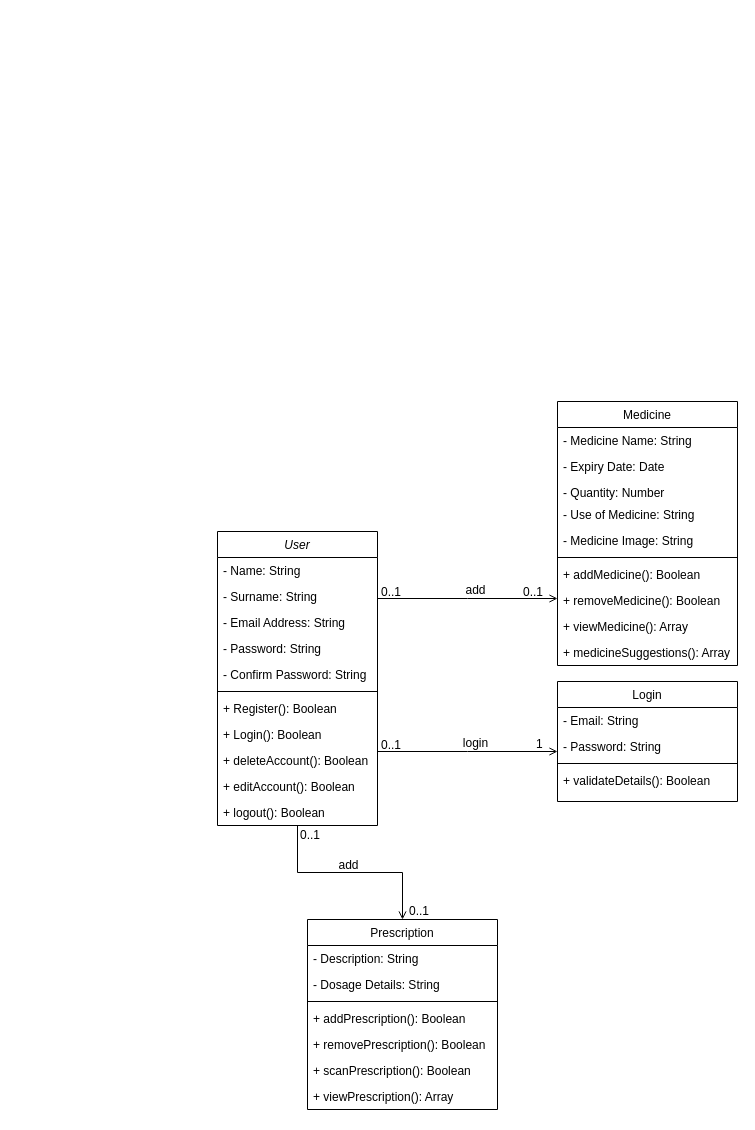
Earlier version of the draw.io diagram Class_Diagram.drawio (SJPatel123/CP-III). Source tidied: cells renumbered, new cells numbered last; positions are measured from the earlier drawing's top-left corner, leaving out a move shared by most shapes. Both pictures are drawn from the tidied source at 100%, with x=0, y=0 at pixel (217, 401).
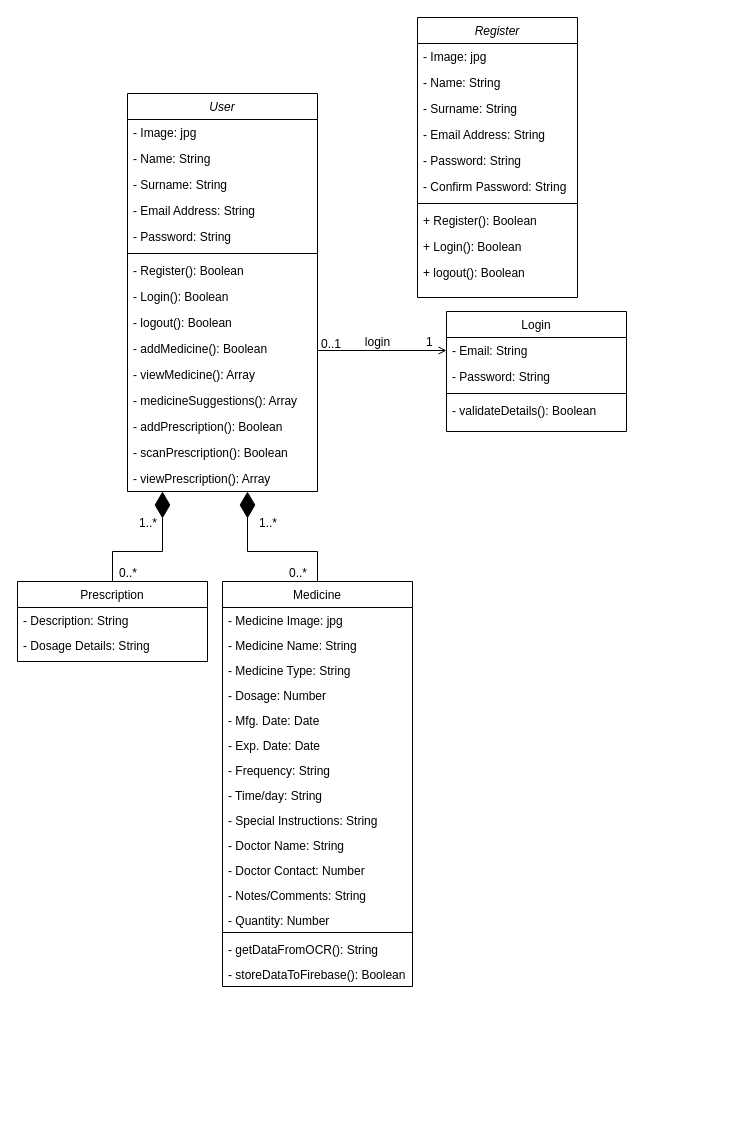
Above is the later version.

Unchanged cells that the change refers to:
```xml
<mxCell id="46" value="- Email: String" style="text;align=left;verticalAlign=top;spacingLeft=4;spacingRight=4;overflow=hidden;points=[[0,0.5],[1,0.5]];portConstraint=eastwest;rounded=0;shadow=0;html=0;" parent="45" vertex="1">
  <mxGeometry y="26" width="180" height="26" as="geometry" />
</mxCell>
```

Diff of the diagram source:
```diff
@@
     <mxCell id="2" value="User" style="swimlane;fontStyle=2;align=center;verticalAlign=top;horizontal=1;startSize=26;rounded=0;shadow=0;strokeWidth=1;" parent="1" vertex="1">
-      <mxGeometry y="130" width="160" height="294" as="geometry" />
+      <mxGeometry x="-90" y="-308" width="190" height="398" as="geometry" />
     </mxCell>
-    <mxCell id="3" value="- Name: String" style="text;align=left;verticalAlign=top;spacingLeft=4;spacingRight=4;overflow=hidden;" parent="2" vertex="1">
-      <mxGeometry y="26" width="160" height="26" as="geometry" />
+    <mxCell id="3" value="- Image: jpg" style="text;align=left;verticalAlign=top;spacingLeft=4;spacingRight=4;overflow=hidden;" parent="2" vertex="1">
+      <mxGeometry y="26" width="190" height="26" as="geometry" />
     </mxCell>
+    <mxCell id="50" value="- Name: String" style="text;align=left;verticalAlign=top;spacingLeft=4;spacingRight=4;overflow=hidden;" parent="2" vertex="1">
+      <mxGeometry y="52" width="190" height="26" as="geometry" />
+    </mxCell>
     <mxCell id="4" value="- Surname: String" style="text;align=left;verticalAlign=top;spacingLeft=4;spacingRight=4;overflow=hidden;rounded=0;shadow=0;html=0;" parent="2" vertex="1">
-      <mxGeometry y="52" width="160" height="26" as="geometry" />
+      <mxGeometry y="78" width="190" height="26" as="geometry" />
     </mxCell>
     <mxCell id="5" value="- Email Address: String" style="text;align=left;verticalAlign=top;spacingLeft=4;spacingRight=4;overflow=hidden;rounded=0;shadow=0;html=0;" parent="2" vertex="1">
-      <mxGeometry y="78" width="160" height="26" as="geometry" />
+      <mxGeometry y="104" width="190" height="26" as="geometry" />
     </mxCell>
     <mxCell id="6" value="- Password: String" style="text;align=left;verticalAlign=top;spacingLeft=4;spacingRight=4;overflow=hidden;rounded=0;shadow=0;html=0;" parent="2" vertex="1">
-      <mxGeometry y="104" width="160" height="26" as="geometry" />
+      <mxGeometry y="130" width="190" height="26" as="geometry" />
     </mxCell>
-    <mxCell id="7" value="- Confirm Password: String" style="text;align=left;verticalAlign=top;spacingLeft=4;spacingRight=4;overflow=hidden;rounded=0;shadow=0;html=0;" parent="2" vertex="1">
-      <mxGeometry y="130" width="160" height="26" as="geometry" />
-    </mxCell>
     <mxCell id="8" style="line;html=1;strokeWidth=1;align=left;verticalAlign=middle;spacingTop=-1;spacingLeft=3;spacingRight=3;labelPosition=right;" parent="2" vertex="1">
-      <mxGeometry y="156" width="160" height="8" as="geometry" />
+      <mxGeometry y="156" width="190" height="8" as="geometry" />
     </mxCell>
-    <mxCell id="9" value="+ Register(): Boolean" style="text;align=left;verticalAlign=top;spacingLeft=4;spacingRight=4;overflow=hidden;" parent="2" vertex="1">
-      <mxGeometry y="164" width="160" height="26" as="geometry" />
+    <mxCell id="9" value="- Register(): Boolean" style="text;align=left;verticalAlign=top;spacingLeft=4;spacingRight=4;overflow=hidden;" parent="2" vertex="1">
+      <mxGeometry y="164" width="190" height="26" as="geometry" />
     </mxCell>
-    <mxCell id="10" value="+ Login(): Boolean" style="text;align=left;verticalAlign=top;spacingLeft=4;spacingRight=4;overflow=hidden;" parent="2" vertex="1">
-      <mxGeometry y="190" width="160" height="26" as="geometry" />
+    <mxCell id="10" value="- Login(): Boolean" style="text;align=left;verticalAlign=top;spacingLeft=4;spacingRight=4;overflow=hidden;" parent="2" vertex="1">
+      <mxGeometry y="190" width="190" height="26" as="geometry" />
     </mxCell>
-    <mxCell id="11" value="+ deleteAccount(): Boolean" style="text;align=left;verticalAlign=top;spacingLeft=4;spacingRight=4;overflow=hidden;" parent="2" vertex="1">
-      <mxGeometry y="216" width="160" height="26" as="geometry" />
-    </mxCell>
-    <mxCell id="12" value="+ editAccount(): Boolean" style="text;align=left;verticalAlign=top;spacingLeft=4;spacingRight=4;overflow=hidden;" parent="2" vertex="1">
-      <mxGeometry y="242" width="160" height="26" as="geometry" />
-    </mxCell>
-    <mxCell id="13" value="+ logout(): Boolean" style="text;align=left;verticalAlign=top;spacingLeft=4;spacingRight=4;overflow=hidden;" parent="2" vertex="1">
-      <mxGeometry y="268" width="160" height="26" as="geometry" />
+    <mxCell id="13" value="- logout(): Boolean" style="text;align=left;verticalAlign=top;spacingLeft=4;spacingRight=4;overflow=hidden;" parent="2" vertex="1">
+      <mxGeometry y="216" width="190" height="26" as="geometry" />
     </mxCell>
+    <mxCell id="51" value="- addMedicine(): Boolean" style="text;align=left;verticalAlign=top;spacingLeft=4;spacingRight=4;overflow=hidden;" parent="2" vertex="1">
+      <mxGeometry y="242" width="190" height="26" as="geometry" />
+    </mxCell>
+    <mxCell id="52" value="- viewMedicine(): Array" style="text;align=left;verticalAlign=top;spacingLeft=4;spacingRight=4;overflow=hidden;" parent="2" vertex="1">
+      <mxGeometry y="268" width="190" height="26" as="geometry" />
+    </mxCell>
+    <mxCell id="53" value="- medicineSuggestions(): Array" style="text;align=left;verticalAlign=top;spacingLeft=4;spacingRight=4;overflow=hidden;" parent="2" vertex="1">
+      <mxGeometry y="294" width="190" height="26" as="geometry" />
+    </mxCell>
+    <mxCell id="54" value="- addPrescription(): Boolean" style="text;align=left;verticalAlign=top;spacingLeft=4;spacingRight=4;overflow=hidden;" parent="2" vertex="1">
+      <mxGeometry y="320" width="190" height="26" as="geometry" />
+    </mxCell>
+    <mxCell id="55" value="- scanPrescription(): Boolean" style="text;align=left;verticalAlign=top;spacingLeft=4;spacingRight=4;overflow=hidden;" parent="2" vertex="1">
+      <mxGeometry y="346" width="190" height="26" as="geometry" />
+    </mxCell>
+    <mxCell id="56" value="- viewPrescription(): Array" style="text;align=left;verticalAlign=top;spacingLeft=4;spacingRight=4;overflow=hidden;" parent="2" vertex="1">
+      <mxGeometry y="372" width="190" height="26" as="geometry" />
+    </mxCell>
     <mxCell id="14" value="Medicine" style="swimlane;fontStyle=0;align=center;verticalAlign=top;horizontal=1;startSize=26;rounded=0;shadow=0;strokeWidth=1;" parent="1" vertex="1">
-      <mxGeometry x="340" width="180" height="264" as="geometry" />
+      <mxGeometry x="5" y="180" width="190" height="405" as="geometry" />
     </mxCell>
-    <mxCell id="15" value="- Medicine Name: String" style="text;align=left;verticalAlign=top;spacingLeft=4;spacingRight=4;overflow=hidden;" parent="14" vertex="1">
-      <mxGeometry y="26" width="180" height="26" as="geometry" />
+    <mxCell id="15" value="- Medicine Image: jpg" style="text;align=left;verticalAlign=top;spacingLeft=4;spacingRight=4;overflow=hidden;" parent="14" vertex="1">
+      <mxGeometry y="26" width="190" height="25" as="geometry" />
     </mxCell>
+    <mxCell id="57" value="- Medicine Name: String" style="text;align=left;verticalAlign=top;spacingLeft=4;spacingRight=4;overflow=hidden;" parent="14" vertex="1">
+      <mxGeometry y="51" width="190" height="25" as="geometry" />
+    </mxCell>
+    <mxCell id="58" value="- Medicine Type: String" style="text;align=left;verticalAlign=top;spacingLeft=4;spacingRight=4;overflow=hidden;" parent="14" vertex="1">
+      <mxGeometry y="76" width="190" height="25" as="geometry" />
+    </mxCell>
+    <mxCell id="59" value="- Dosage: Number" style="text;align=left;verticalAlign=top;spacingLeft=4;spacingRight=4;overflow=hidden;" parent="14" vertex="1">
+      <mxGeometry y="101" width="190" height="25" as="geometry" />
+    </mxCell>
-    <mxCell id="16" value="- Expiry Date: Date" style="text;align=left;verticalAlign=top;spacingLeft=4;spacingRight=4;overflow=hidden;rounded=0;shadow=0;html=0;" parent="14" vertex="1">
-      <mxGeometry y="52" width="180" height="26" as="geometry" />
+    <mxCell id="16" value="- Mfg. Date: Date" style="text;align=left;verticalAlign=top;spacingLeft=4;spacingRight=4;overflow=hidden;rounded=0;shadow=0;html=0;" parent="14" vertex="1">
+      <mxGeometry y="126" width="190" height="25" as="geometry" />
     </mxCell>
+    <mxCell id="60" value="- Exp. Date: Date" style="text;align=left;verticalAlign=top;spacingLeft=4;spacingRight=4;overflow=hidden;rounded=0;shadow=0;html=0;" parent="14" vertex="1">
+      <mxGeometry y="151" width="190" height="25" as="geometry" />
+    </mxCell>
+    <mxCell id="61" value="- Frequency: String" style="text;align=left;verticalAlign=top;spacingLeft=4;spacingRight=4;overflow=hidden;rounded=0;shadow=0;html=0;" parent="14" vertex="1">
+      <mxGeometry y="176" width="190" height="25" as="geometry" />
+    </mxCell>
+    <mxCell id="62" value="- Time/day: String" style="text;align=left;verticalAlign=top;spacingLeft=4;spacingRight=4;overflow=hidden;rounded=0;shadow=0;html=0;" parent="14" vertex="1">
+      <mxGeometry y="201" width="190" height="25" as="geometry" />
+    </mxCell>
+    <mxCell id="63" value="- Special Instructions: String" style="text;align=left;verticalAlign=top;spacingLeft=4;spacingRight=4;overflow=hidden;rounded=0;shadow=0;html=0;" parent="14" vertex="1">
+      <mxGeometry y="226" width="190" height="25" as="geometry" />
+    </mxCell>
+    <mxCell id="64" value="- Doctor Name: String" style="text;align=left;verticalAlign=top;spacingLeft=4;spacingRight=4;overflow=hidden;rounded=0;shadow=0;html=0;" parent="14" vertex="1">
+      <mxGeometry y="251" width="190" height="25" as="geometry" />
+    </mxCell>
+    <mxCell id="65" value="- Doctor Contact: Number" style="text;align=left;verticalAlign=top;spacingLeft=4;spacingRight=4;overflow=hidden;rounded=0;shadow=0;html=0;" parent="14" vertex="1">
+      <mxGeometry y="276" width="190" height="25" as="geometry" />
+    </mxCell>
+    <mxCell id="66" value="- Notes/Comments: String" style="text;align=left;verticalAlign=top;spacingLeft=4;spacingRight=4;overflow=hidden;rounded=0;shadow=0;html=0;" parent="14" vertex="1">
+      <mxGeometry y="301" width="190" height="25" as="geometry" />
+    </mxCell>
     <mxCell id="17" value="- Quantity: Number" style="text;align=left;verticalAlign=top;spacingLeft=4;spacingRight=4;overflow=hidden;rounded=0;shadow=0;html=0;" parent="14" vertex="1">
-      <mxGeometry y="78" width="180" height="22" as="geometry" />
+      <mxGeometry y="326" width="190" height="21" as="geometry" />
     </mxCell>
-    <mxCell id="18" value="- Use of Medicine: String" style="text;align=left;verticalAlign=top;spacingLeft=4;spacingRight=4;overflow=hidden;rounded=0;shadow=0;html=0;" parent="14" vertex="1">
-      <mxGeometry y="100" width="180" height="26" as="geometry" />
-    </mxCell>
-    <mxCell id="19" value="- Medicine Image: String" style="text;align=left;verticalAlign=top;spacingLeft=4;spacingRight=4;overflow=hidden;rounded=0;shadow=0;html=0;" parent="14" vertex="1">
-      <mxGeometry y="126" width="180" height="26" as="geometry" />
-    </mxCell>
-    <mxCell id="20" style="line;html=1;strokeWidth=1;align=left;verticalAlign=middle;spacingTop=-1;spacingLeft=3;spacingRight=3;labelPosition=right;" parent="14" vertex="1">
-      <mxGeometry y="152" width="180" height="8" as="geometry" />
-    </mxCell>
-    <mxCell id="21" value="+ addMedicine(): Boolean" style="text;align=left;verticalAlign=top;spacingLeft=4;spacingRight=4;overflow=hidden;" parent="14" vertex="1">
-      <mxGeometry y="160" width="180" height="26" as="geometry" />
-    </mxCell>
-    <mxCell id="22" value="+ removeMedicine(): Boolean" style="text;align=left;verticalAlign=top;spacingLeft=4;spacingRight=4;overflow=hidden;" parent="14" vertex="1">
-      <mxGeometry y="186" width="180" height="26" as="geometry" />
-    </mxCell>
-    <mxCell id="23" value="+ viewMedicine(): Array" style="text;align=left;verticalAlign=top;spacingLeft=4;spacingRight=4;overflow=hidden;" parent="14" vertex="1">
-      <mxGeometry y="212" width="180" height="26" as="geometry" />
-    </mxCell>
-    <mxCell id="24" value="+ medicineSuggestions(): Array" style="text;align=left;verticalAlign=top;spacingLeft=4;spacingRight=4;overflow=hidden;" parent="14" vertex="1">
-      <mxGeometry y="238" width="180" height="26" as="geometry" />
-    </mxCell>
-    <mxCell id="25" style="endArrow=open;shadow=0;strokeWidth=1;rounded=0;endFill=1;edgeStyle=elbowEdgeStyle;elbow=vertical;" parent="1" edge="1" source="2" target="14">
-      <mxGeometry x="0.5" y="41" relative="1" as="geometry">
-        <mxPoint x="-40" y="32" as="offset" />
-      </mxGeometry>
-    </mxCell>
-    <mxCell id="26" value="0..1" style="align=left;verticalAlign=bottom;labelBackgroundColor=none;fontSize=12;" parent="25" vertex="1">
-      <mxGeometry x="-1" relative="1" as="geometry">
-        <mxPoint x="2" y="2" as="offset" />
-      </mxGeometry>
-    </mxCell>
-    <mxCell id="27" value="add" style="text;html=1;align=center;verticalAlign=middle;labelBackgroundColor=none;rounded=0;shadow=0;strokeWidth=1;fontSize=12;" parent="25" vertex="1">
-      <mxGeometry x="0.5" y="49" relative="1" as="geometry">
-        <mxPoint x="-38" y="40" as="offset" />
-      </mxGeometry>
-    </mxCell>
-    <mxCell id="28" value="0..1" style="align=left;verticalAlign=bottom;labelBackgroundColor=none;fontSize=12;" parent="1" vertex="1">
-      <mxGeometry x="304" y="199" as="geometry" />
-    </mxCell>
+    <mxCell id="67" style="line;html=1;strokeWidth=1;align=left;verticalAlign=middle;spacingTop=-1;spacingLeft=3;spacingRight=3;labelPosition=right;" parent="14" vertex="1">
+      <mxGeometry y="347" width="190" height="8" as="geometry" />
+    </mxCell>
+    <mxCell id="68" value="- getDataFromOCR(): String" style="text;align=left;verticalAlign=top;spacingLeft=4;spacingRight=4;overflow=hidden;rounded=0;shadow=0;html=0;" parent="14" vertex="1">
+      <mxGeometry y="355" width="190" height="25" as="geometry" />
+    </mxCell>
+    <mxCell id="69" value="- storeDataToFirebase(): Boolean" style="text;align=left;verticalAlign=top;spacingLeft=4;spacingRight=4;overflow=hidden;rounded=0;shadow=0;html=0;" parent="14" vertex="1">
+      <mxGeometry y="380" width="190" height="25" as="geometry" />
+    </mxCell>
     <mxCell id="29" value="Prescription" style="swimlane;fontStyle=0;align=center;verticalAlign=top;horizontal=1;startSize=26;rounded=0;shadow=0;strokeWidth=1;" parent="1" vertex="1">
-      <mxGeometry x="90" y="518" width="190" height="190" as="geometry" />
+      <mxGeometry x="-200" y="180" width="190" height="80" as="geometry" />
     </mxCell>
     <mxCell id="30" value="- Description: String" style="text;align=left;verticalAlign=top;spacingLeft=4;spacingRight=4;overflow=hidden;" parent="29" vertex="1">
-      <mxGeometry y="26" width="190" height="26" as="geometry" />
+      <mxGeometry y="26" width="190" height="25" as="geometry" />
     </mxCell>
     <mxCell id="31" value="- Dosage Details: String" style="text;align=left;verticalAlign=top;spacingLeft=4;spacingRight=4;overflow=hidden;rounded=0;shadow=0;html=0;" parent="29" vertex="1">
-      <mxGeometry y="52" width="190" height="26" as="geometry" />
+      <mxGeometry y="51" width="190" height="25" as="geometry" />
     </mxCell>
-    <mxCell id="32" style="line;html=1;strokeWidth=1;align=left;verticalAlign=middle;spacingTop=-1;spacingLeft=3;spacingRight=3;labelPosition=right;" parent="29" vertex="1">
-      <mxGeometry y="78" width="190" height="8" as="geometry" />
-    </mxCell>
-    <mxCell id="33" value="+ addPrescription(): Boolean" style="text;align=left;verticalAlign=top;spacingLeft=4;spacingRight=4;overflow=hidden;" parent="29" vertex="1">
-      <mxGeometry y="86" width="190" height="26" as="geometry" />
-    </mxCell>
-    <mxCell id="34" value="+ removePrescription(): Boolean" style="text;align=left;verticalAlign=top;spacingLeft=4;spacingRight=4;overflow=hidden;" parent="29" vertex="1">
-      <mxGeometry y="112" width="190" height="26" as="geometry" />
-    </mxCell>
-    <mxCell id="35" value="+ scanPrescription(): Boolean" style="text;align=left;verticalAlign=top;spacingLeft=4;spacingRight=4;overflow=hidden;" parent="29" vertex="1">
-      <mxGeometry y="138" width="190" height="26" as="geometry" />
-    </mxCell>
-    <mxCell id="36" value="+ viewPrescription(): Array" style="text;align=left;verticalAlign=top;spacingLeft=4;spacingRight=4;overflow=hidden;" parent="29" vertex="1">
-      <mxGeometry y="164" width="190" height="26" as="geometry" />
-    </mxCell>
-    <mxCell id="37" style="endArrow=open;shadow=0;strokeWidth=1;rounded=0;endFill=1;edgeStyle=elbowEdgeStyle;elbow=vertical;exitX=0.5;exitY=1.038;exitDx=0;exitDy=0;exitPerimeter=0;entryX=0.5;entryY=0;entryDx=0;entryDy=0;" parent="1" edge="1" target="29">
-      <mxGeometry x="0.5" y="41" relative="1" as="geometry">
-        <mxPoint x="80" y="424" as="sourcePoint" />
-        <mxPoint x="-40" y="32" as="offset" />
-      </mxGeometry>
-    </mxCell>
-    <mxCell id="38" value="0..1" style="align=left;verticalAlign=bottom;labelBackgroundColor=none;fontSize=12;" parent="1" vertex="1">
-      <mxGeometry x="81" y="442" as="geometry" />
+    <mxCell id="38" value="1..*" style="align=left;verticalAlign=bottom;labelBackgroundColor=none;fontSize=12;direction=south;" parent="1" vertex="1">
+      <mxGeometry x="40" y="130" as="geometry" />
     </mxCell>
-    <mxCell id="39" value="add" style="text;html=1;align=center;verticalAlign=middle;labelBackgroundColor=none;rounded=0;shadow=0;strokeWidth=1;fontSize=12;" parent="1" vertex="1">
-      <mxGeometry x="150" y="442" as="geometry">
-        <mxPoint x="-20" y="21" as="offset" />
-      </mxGeometry>
-    </mxCell>
-    <mxCell id="40" value="0..1" style="align=left;verticalAlign=bottom;labelBackgroundColor=none;fontSize=12;" parent="1" vertex="1">
-      <mxGeometry x="190" y="518" as="geometry" />
+    <mxCell id="40" value="0..*" style="align=left;verticalAlign=bottom;labelBackgroundColor=none;fontSize=12;" parent="1" vertex="1">
+      <mxGeometry x="-100" y="180" as="geometry" />
     </mxCell>
-    <mxCell id="41" style="endArrow=open;shadow=0;strokeWidth=1;rounded=0;endFill=1;edgeStyle=elbowEdgeStyle;elbow=vertical;" parent="1" edge="1">
+    <mxCell id="41" style="endArrow=open;shadow=0;strokeWidth=1;rounded=0;endFill=1;edgeStyle=elbowEdgeStyle;elbow=vertical;entryX=0;entryY=0.5;entryDx=0;entryDy=0;" parent="1" edge="1" target="46">
       <mxGeometry x="0.5" y="41" relative="1" as="geometry">
-        <mxPoint x="160" y="350" as="sourcePoint" />
-        <mxPoint x="340" y="350" as="targetPoint" />
+        <mxPoint x="100" y="-51" as="sourcePoint" />
         <mxPoint x="-40" y="32" as="offset" />
       </mxGeometry>
     </mxCell>
@@
     <mxCell id="44" value="1" style="align=left;verticalAlign=bottom;labelBackgroundColor=none;fontSize=12;" parent="1" vertex="1">
-      <mxGeometry x="317" y="351" as="geometry" />
+      <mxGeometry x="207" y="-51" as="geometry" />
     </mxCell>
     <mxCell id="45" value="Login" style="swimlane;fontStyle=0;align=center;verticalAlign=top;horizontal=1;startSize=26;rounded=0;shadow=0;strokeWidth=1;" parent="1" vertex="1">
-      <mxGeometry x="340" y="280" width="180" height="120" as="geometry" />
+      <mxGeometry x="229" y="-90" width="180" height="120" as="geometry" />
     </mxCell>
@@
-    <mxCell id="49" value="+ validateDetails(): Boolean" style="text;align=left;verticalAlign=top;spacingLeft=4;spacingRight=4;overflow=hidden;" parent="45" vertex="1">
+    <mxCell id="49" value="- validateDetails(): Boolean" style="text;align=left;verticalAlign=top;spacingLeft=4;spacingRight=4;overflow=hidden;" parent="45" vertex="1">
       <mxGeometry y="86" width="180" height="26" as="geometry" />
     </mxCell>
+    <mxCell id="70" value="1..*" style="align=left;verticalAlign=bottom;labelBackgroundColor=none;fontSize=12;" parent="1" vertex="1">
+      <mxGeometry x="-80" y="130" as="geometry" />
+    </mxCell>
+    <mxCell id="71" value="0..*" style="align=left;verticalAlign=bottom;labelBackgroundColor=none;fontSize=12;" parent="1" vertex="1">
+      <mxGeometry x="70" y="180" as="geometry" />
+    </mxCell>
+    <mxCell id="72" value="Register" style="swimlane;fontStyle=2;align=center;verticalAlign=top;horizontal=1;startSize=26;rounded=0;shadow=0;strokeWidth=1;" parent="1" vertex="1">
+      <mxGeometry x="200" y="-384" width="160" height="280" as="geometry" />
+    </mxCell>
+    <mxCell id="73" value="- Image: jpg" style="text;align=left;verticalAlign=top;spacingLeft=4;spacingRight=4;overflow=hidden;" parent="72" vertex="1">
+      <mxGeometry y="26" width="160" height="26" as="geometry" />
+    </mxCell>
+    <mxCell id="74" value="- Name: String" style="text;align=left;verticalAlign=top;spacingLeft=4;spacingRight=4;overflow=hidden;" parent="72" vertex="1">
+      <mxGeometry y="52" width="160" height="26" as="geometry" />
+    </mxCell>
+    <mxCell id="75" value="- Surname: String" style="text;align=left;verticalAlign=top;spacingLeft=4;spacingRight=4;overflow=hidden;rounded=0;shadow=0;html=0;" parent="72" vertex="1">
+      <mxGeometry y="78" width="160" height="26" as="geometry" />
+    </mxCell>
+    <mxCell id="76" value="- Email Address: String" style="text;align=left;verticalAlign=top;spacingLeft=4;spacingRight=4;overflow=hidden;rounded=0;shadow=0;html=0;" parent="72" vertex="1">
+      <mxGeometry y="104" width="160" height="26" as="geometry" />
+    </mxCell>
+    <mxCell id="77" value="- Password: String" style="text;align=left;verticalAlign=top;spacingLeft=4;spacingRight=4;overflow=hidden;rounded=0;shadow=0;html=0;" parent="72" vertex="1">
+      <mxGeometry y="130" width="160" height="26" as="geometry" />
+    </mxCell>
+    <mxCell id="7" value="- Confirm Password: String" style="text;align=left;verticalAlign=top;spacingLeft=4;spacingRight=4;overflow=hidden;rounded=0;shadow=0;html=0;" parent="72" vertex="1">
+      <mxGeometry y="156" width="160" height="26" as="geometry" />
+    </mxCell>
+    <mxCell id="78" style="line;html=1;strokeWidth=1;align=left;verticalAlign=middle;spacingTop=-1;spacingLeft=3;spacingRight=3;labelPosition=right;" parent="72" vertex="1">
+      <mxGeometry y="182" width="160" height="8" as="geometry" />
+    </mxCell>
+    <mxCell id="79" value="+ Register(): Boolean" style="text;align=left;verticalAlign=top;spacingLeft=4;spacingRight=4;overflow=hidden;" parent="72" vertex="1">
+      <mxGeometry y="190" width="160" height="26" as="geometry" />
+    </mxCell>
+    <mxCell id="80" value="+ Login(): Boolean" style="text;align=left;verticalAlign=top;spacingLeft=4;spacingRight=4;overflow=hidden;" parent="72" vertex="1">
+      <mxGeometry y="216" width="160" height="26" as="geometry" />
+    </mxCell>
+    <mxCell id="81" value="+ logout(): Boolean" style="text;align=left;verticalAlign=top;spacingLeft=4;spacingRight=4;overflow=hidden;" parent="72" vertex="1">
+      <mxGeometry y="242" width="160" height="26" as="geometry" />
+    </mxCell>
+    <mxCell id="82" style="endArrow=diamondThin;endFill=1;endSize=24;html=1;rounded=0;exitX=0.5;exitY=0;exitDx=0;exitDy=0;" parent="1" edge="1" source="14">
+      <mxGeometry relative="1" as="geometry">
+        <mxPoint x="30" y="90" as="targetPoint" />
+        <Array as="points">
+          <mxPoint x="100" y="150" />
+          <mxPoint x="30" y="150" />
+        </Array>
+      </mxGeometry>
+    </mxCell>
+    <mxCell id="83" style="endArrow=diamondThin;endFill=1;endSize=24;html=1;rounded=0;exitX=0.5;exitY=0;exitDx=0;exitDy=0;" parent="1" edge="1" source="29">
+      <mxGeometry relative="1" as="geometry">
+        <mxPoint x="-55" y="90" as="targetPoint" />
+        <Array as="points">
+          <mxPoint x="-105" y="150" />
+          <mxPoint x="-55" y="150" />
+        </Array>
+      </mxGeometry>
+    </mxCell>
```
